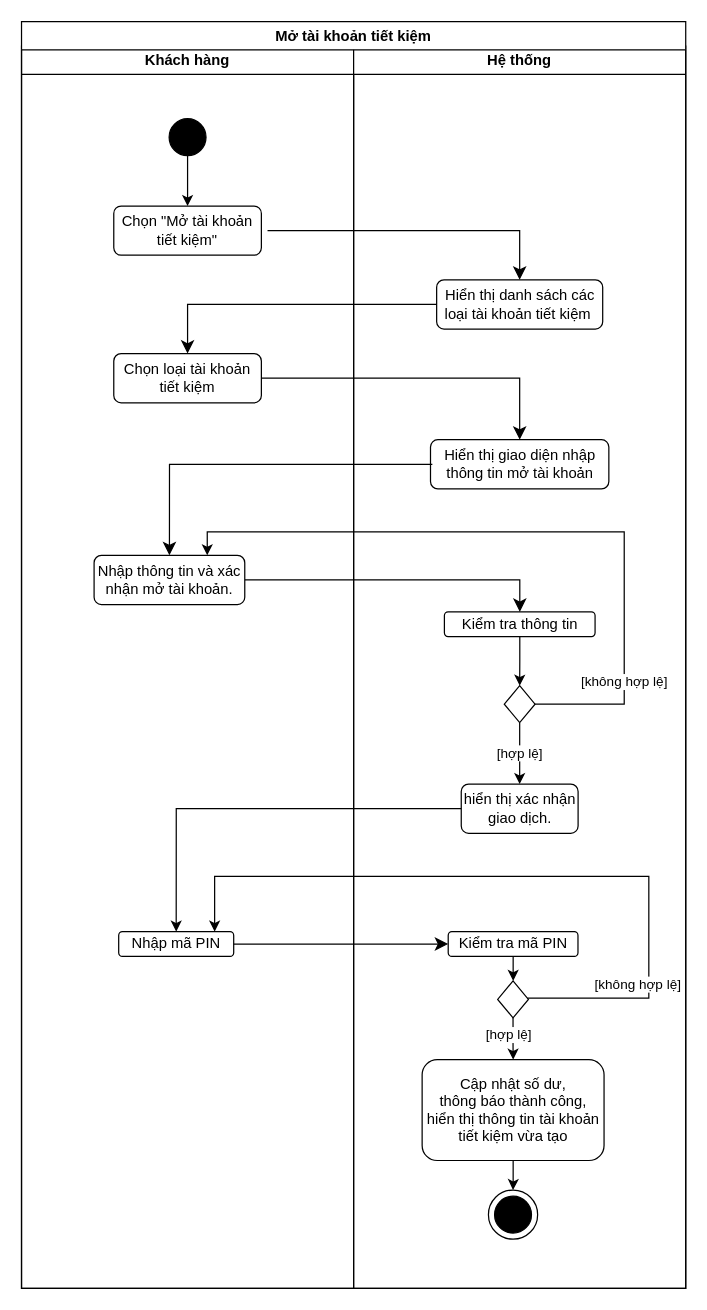
Earlier version of the draw.io diagram page "use case" (1 of 4) of uml/BHDG_Usecase_10_0.0.1.drawio (HoangDucBach/bghc). Source tidied: cells renumbered, new cells numbered last; positions are measured from the earlier drawing's top-left corner, leaving out a move shared by most shapes. Both pictures are drawn from the tidied source at 123%, with x=0, y=0 at pixel (21, 21).
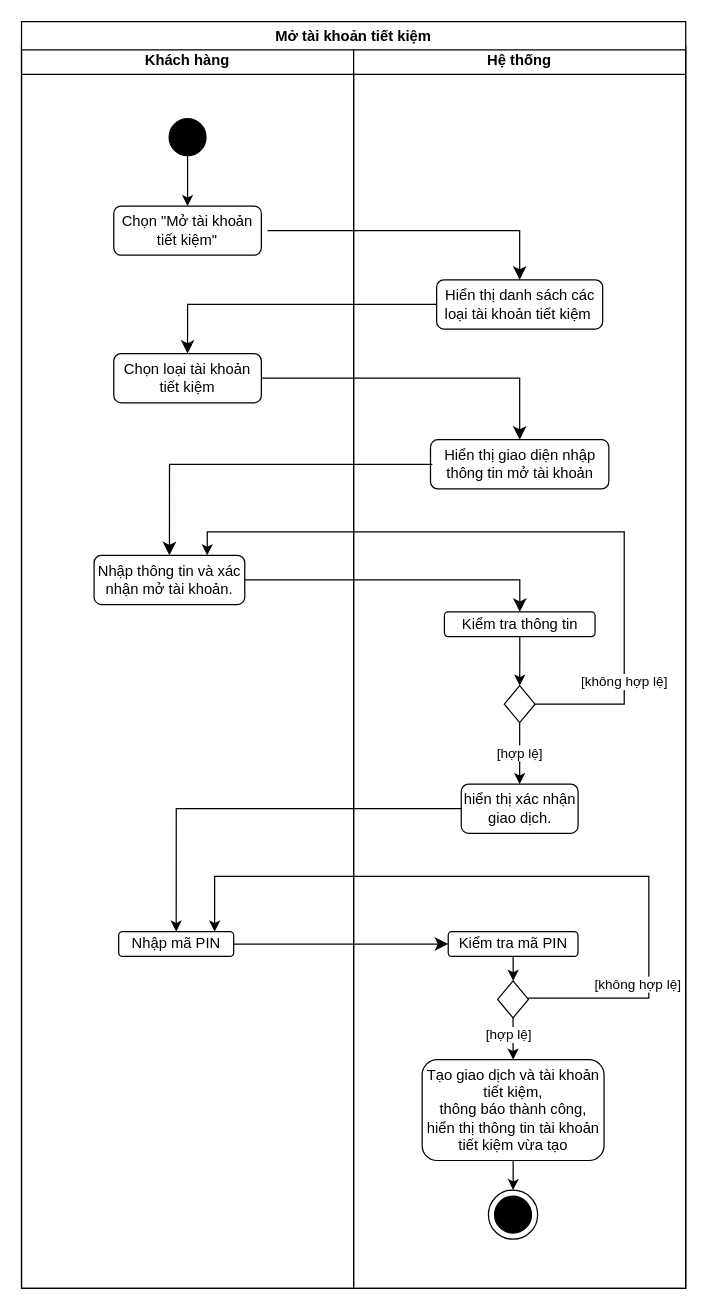
After the change.

Unchanged cells that the change refers to:
```xml
<mxCell id="28" value="Mở tài khoản tiết kiệm" style="swimlane;whiteSpace=wrap;html=1;" parent="1" vertex="1">
  <mxGeometry width="540" height="1030" as="geometry" />
</mxCell>
```

Diff of the diagram source:
```diff
@@
-    <mxCell id="31" value="Cập nhật số dư,&lt;br&gt;thông báo thành công,&lt;br&gt;hiển thị thông tin tài khoản tiết kiệm vừa tạo" style="rounded=1;whiteSpace=wrap;html=1;fontSize=12;glass=0;strokeWidth=1;shadow=0;" parent="28" vertex="1">
+    <mxCell id="31" value="Tạo giao dịch và tài khoản tiết kiệm,&lt;br&gt;thông báo thành công,&lt;br&gt;hiển thị thông tin tài khoản tiết kiệm vừa tạo" style="rounded=1;whiteSpace=wrap;html=1;fontSize=12;glass=0;strokeWidth=1;shadow=0;" parent="28" vertex="1">
       <mxGeometry x="325.7" y="844" width="147.9" height="82" as="geometry" />
     </mxCell>
```
